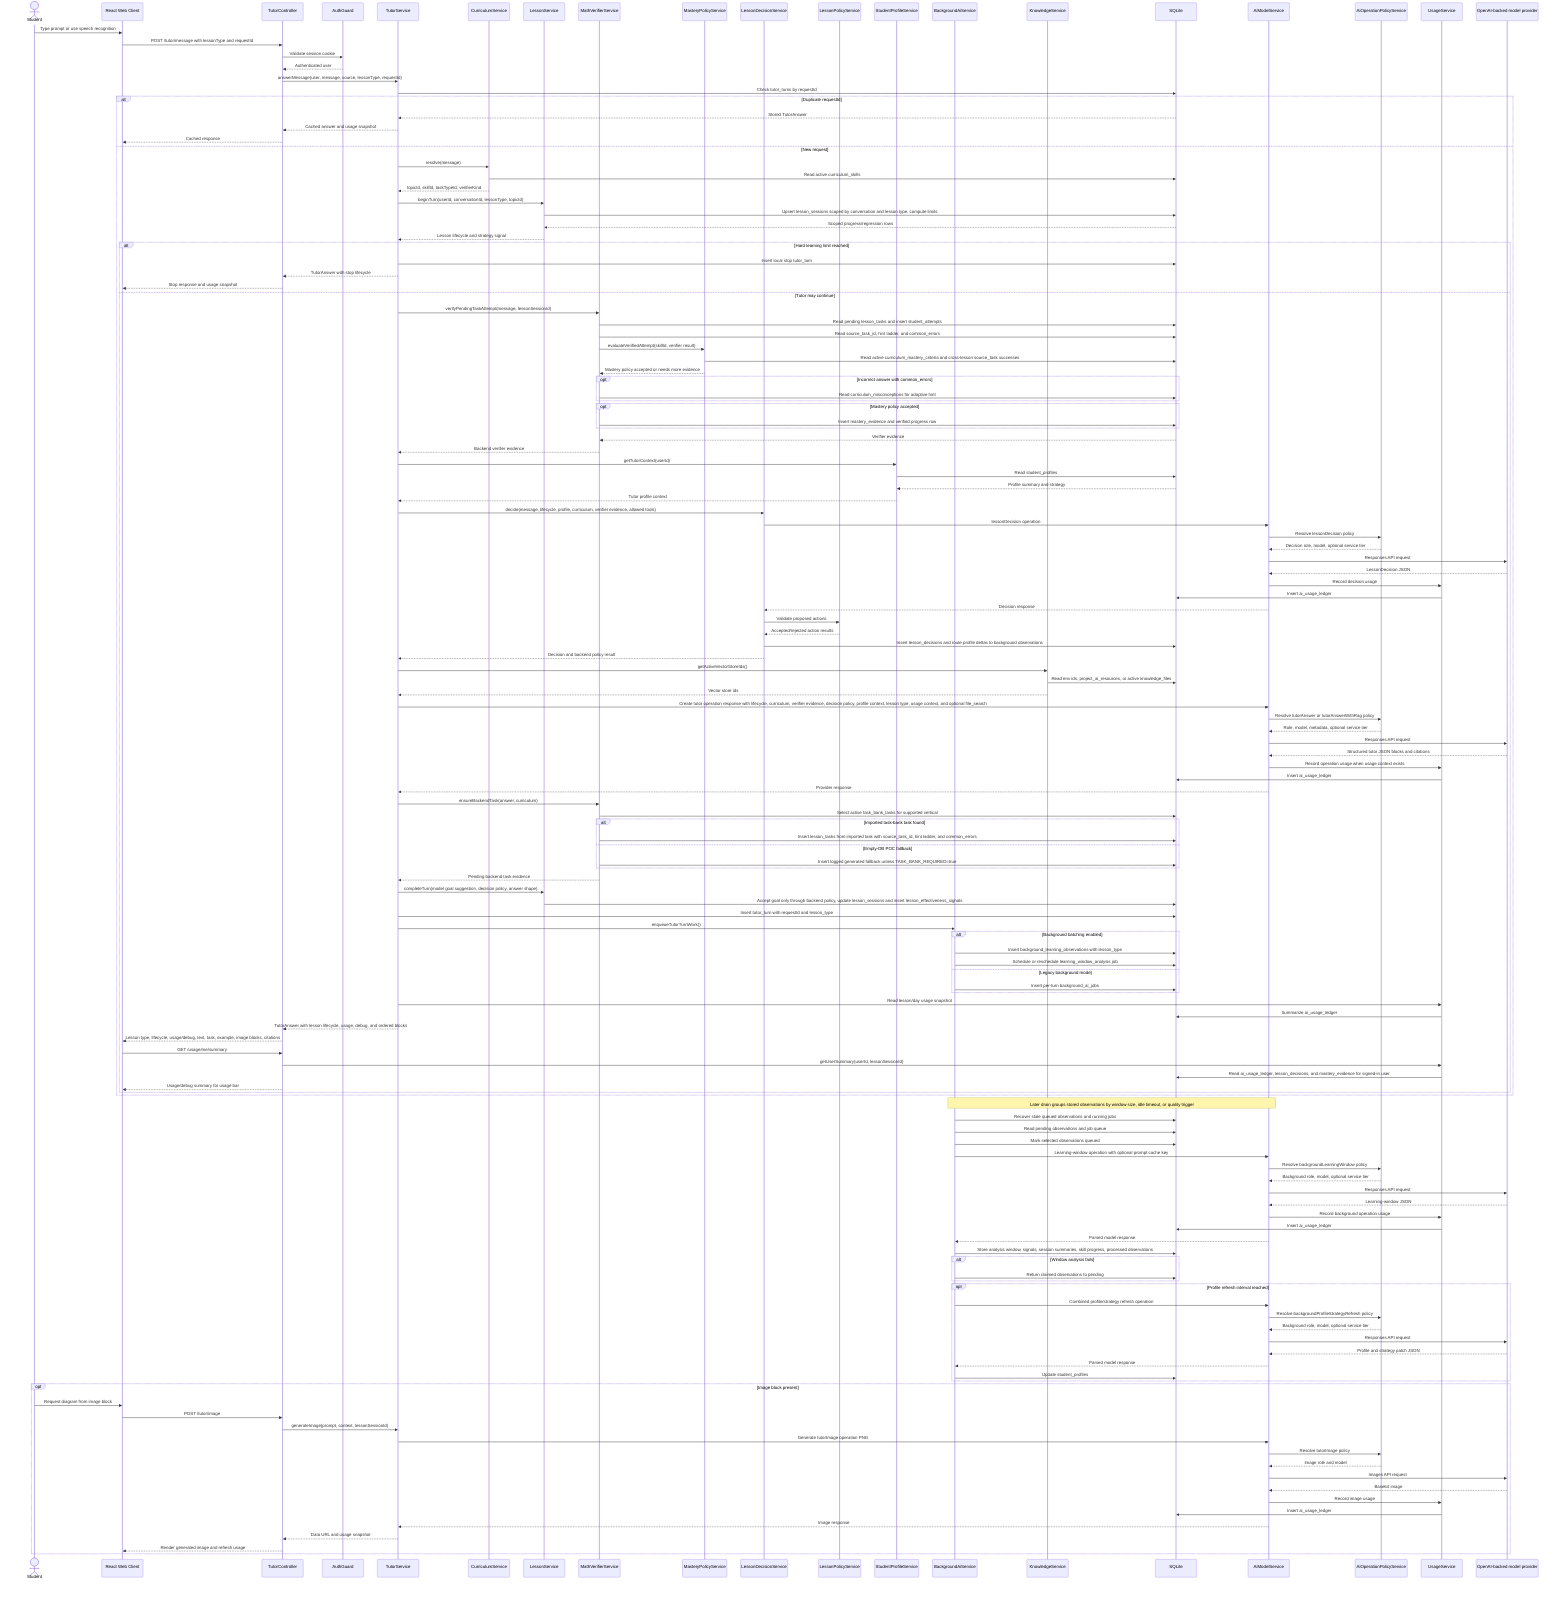
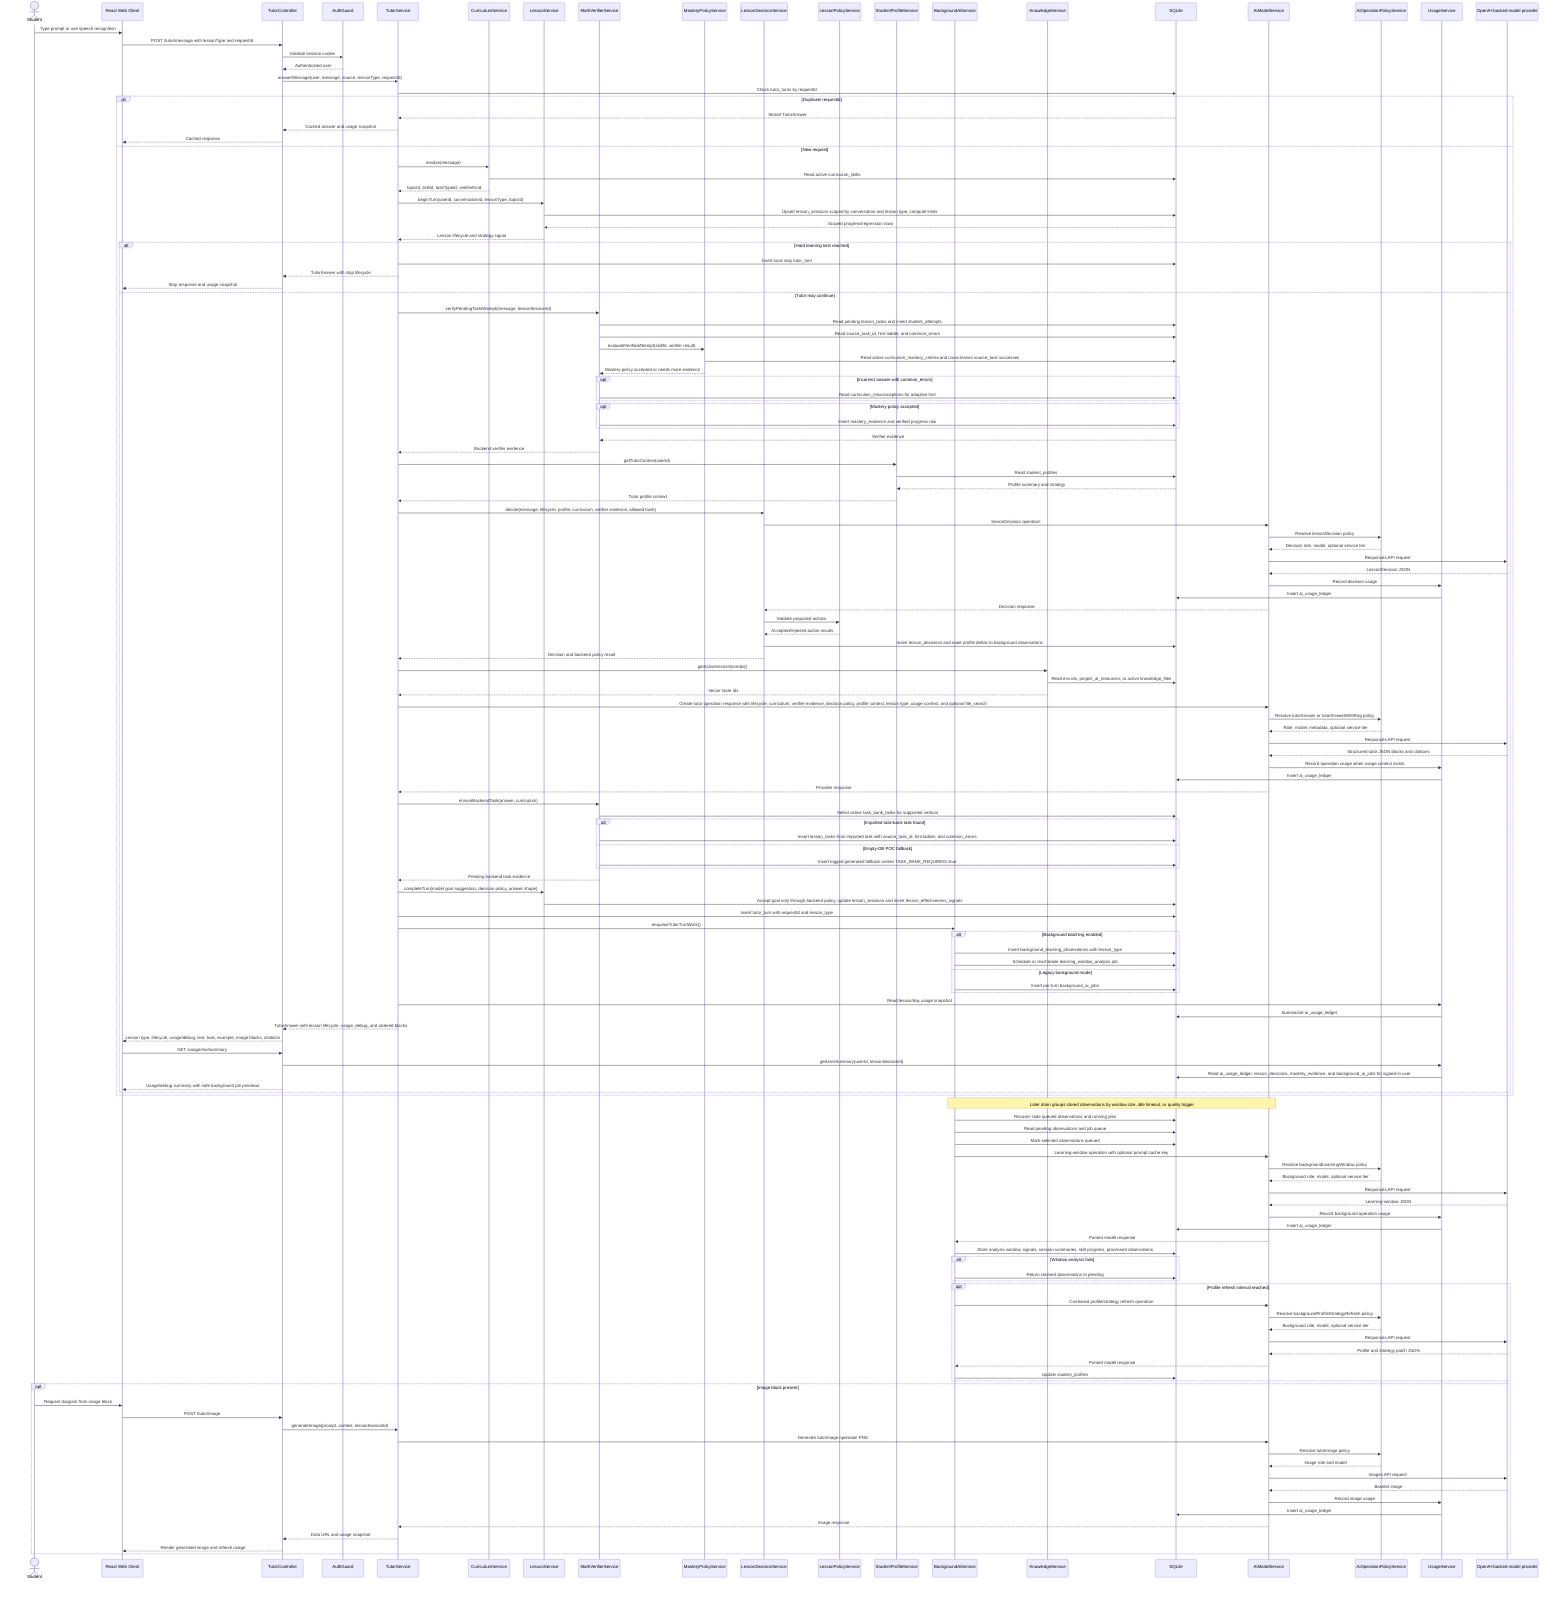
sequenceDiagram
  actor Student
  participant Web as React Web Client
  participant API as TutorController
  participant Auth as AuthGuard
  participant Tutor as TutorService
  participant Curriculum as CurriculumService
  participant Lesson as LessonService
  participant Verifier as MathVerifierService
  participant MasteryPolicy as MasteryPolicyService
  participant Decision as LessonDecisionService
  participant LessonPolicy as LessonPolicyService
  participant Profile as StudentProfileService
  participant Background as BackgroundAiService
  participant Knowledge as KnowledgeService
  participant DB as SQLite
  participant AIModel as AiModelService
  participant Policy as AiOperationPolicyService
  participant Usage as UsageService
  participant OpenAI as OpenAI-backed model provider

  Student->>Web: Type prompt or use speech recognition
  Web->>API: POST /tutor/message with lessonType and requestId
  API->>Auth: Validate session cookie
  Auth-->>API: Authenticated user
  API->>Tutor: answerMessage(user, message, source, lessonType, requestId)
  Tutor->>DB: Check tutor_turns by requestId
  alt Duplicate requestId
    DB-->>Tutor: Stored TutorAnswer
    Tutor-->>API: Cached answer and usage snapshot
    API-->>Web: Cached response
  else New request
  Tutor->>Curriculum: resolve(message)
  Curriculum->>DB: Read active curriculum_skills
  Curriculum-->>Tutor: topicId, skillId, taskTypeId, verifierKind
  Tutor->>Lesson: beginTurn(userId, conversationId, lessonType, topicId)
  Lesson->>DB: Upsert lesson_sessions scoped by conversation and lesson type, compute limits
  DB-->>Lesson: Scoped progress/regression rows
  Lesson-->>Tutor: Lesson lifecycle and strategy signal
  alt Hard learning limit reached
    Tutor->>DB: Insert local stop tutor_turn
    Tutor-->>API: TutorAnswer with stop lifecycle
    API-->>Web: Stop response and usage snapshot
  else Tutor may continue
  Tutor->>Verifier: verifyPendingTaskAttempt(message, lessonSessionId)
  Verifier->>DB: Read pending lesson_tasks and insert student_attempts
  Verifier->>DB: Read source_task_id, hint ladder, and common_errors
  Verifier->>MasteryPolicy: evaluateVerifiedAttempt(skillId, verifier result)
  MasteryPolicy->>DB: Read active curriculum_mastery_criteria and cross-lesson source_task successes
  MasteryPolicy-->>Verifier: Mastery policy accepted or needs more evidence
  opt Incorrect answer with common_errors
    Verifier->>DB: Read curriculum_misconceptions for adaptive hint
  end
  opt Mastery policy accepted
    Verifier->>DB: Insert mastery_evidence and verified progress row
  end
  DB-->>Verifier: Verifier evidence
  Verifier-->>Tutor: Backend verifier evidence
  Tutor->>Profile: getTutorContext(userId)
  Profile->>DB: Read student_profiles
  DB-->>Profile: Profile summary and strategy
  Profile-->>Tutor: Tutor profile context
  Tutor->>Decision: decide(message, lifecycle, profile, curriculum, verifier evidence, allowed tools)
  Decision->>AIModel: lessonDecision operation
  AIModel->>Policy: Resolve lessonDecision policy
  Policy-->>AIModel: Decision role, model, optional service tier
  AIModel->>OpenAI: Responses API request
  OpenAI-->>AIModel: LessonDecision JSON
  AIModel->>Usage: Record decision usage
  Usage->>DB: Insert ai_usage_ledger
  AIModel-->>Decision: Decision response
  Decision->>LessonPolicy: Validate proposed actions
  LessonPolicy-->>Decision: Accepted/rejected action results
  Decision->>DB: Insert lesson_decisions and route profile deltas to background observations
  Decision-->>Tutor: Decision and backend policy result
  Tutor->>Knowledge: getActiveVectorStoreIds()
  Knowledge->>DB: Read env ids, project_ai_resources, or active knowledge_files
  Knowledge-->>Tutor: Vector store ids
  Tutor->>AIModel: Create tutor operation response with lifecycle, curriculum, verifier evidence, decision policy, profile context, lesson type, usage context, and optional file_search
  AIModel->>Policy: Resolve tutorAnswer or tutorAnswerWithRag policy
  Policy-->>AIModel: Role, model, metadata, optional service tier
  AIModel->>OpenAI: Responses API request
  OpenAI-->>AIModel: Structured tutor JSON blocks and citations
  AIModel->>Usage: Record operation usage when usage context exists
  Usage->>DB: Insert ai_usage_ledger
  AIModel-->>Tutor: Provider response
  Tutor->>Verifier: ensureBackendTask(answer, curriculum)
  Verifier->>DB: Select active task_bank_tasks for supported vertical
  alt Imported task-bank task found
    Verifier->>DB: Insert lesson_tasks from imported task with source_task_id, hint ladder, and common_errors
  else Empty-DB POC fallback
    Verifier->>DB: Insert logged generated fallback unless TASK_BANK_REQUIRED=true
  end
  Verifier-->>Tutor: Pending backend task evidence
  Tutor->>Lesson: completeTurn(model goal suggestion, decision policy, answer shape)
  Lesson->>DB: Accept goal only through backend policy, update lesson_sessions and insert lesson_effectiveness_signals
  Tutor->>DB: Insert tutor_turn with requestId and lesson_type
  Tutor->>Background: enqueueTutorTurnWork()
  alt Background batching enabled
    Background->>DB: Insert background_learning_observations with lesson_type
    Background->>DB: Schedule or reschedule learning_window_analysis job
  else Legacy background mode
    Background->>DB: Insert per-turn background_ai_jobs
  end
  Tutor->>Usage: Read lesson/day usage snapshot
  Usage->>DB: Summarize ai_usage_ledger
  Tutor-->>API: TutorAnswer with lesson lifecycle, usage, debug, and ordered blocks
  API-->>Web: Lesson type, lifecycle, usage/debug, text, task, example, image blocks, citations
  Web->>API: GET /usage/me/summary
  API->>Usage: getUserSummary(userId, lessonSessionId)
-   Usage->>DB: Read ai_usage_ledger, lesson_decisions, and mastery_evidence for signed-in user
-   API-->>Web: Usage/debug summary for usage bar
+   Usage->>DB: Read ai_usage_ledger, lesson_decisions, mastery_evidence, and background_ai_jobs for signed-in user
+   API-->>Web: Usage/debug summary with safe background job previews
  end
  end
  Note over Background,AIModel: Later drain groups stored observations by window size, idle timeout, or quality trigger
  Background->>DB: Recover stale queued observations and running jobs
  Background->>DB: Read pending observations and job queue
  Background->>DB: Mark selected observations queued
  Background->>AIModel: Learning-window operation with optional prompt cache key
  AIModel->>Policy: Resolve backgroundLearningWindow policy
  Policy-->>AIModel: Background role, model, optional service tier
  AIModel->>OpenAI: Responses API request
  OpenAI-->>AIModel: Learning-window JSON
  AIModel->>Usage: Record background operation usage
  Usage->>DB: Insert ai_usage_ledger
  AIModel-->>Background: Parsed model response
  Background->>DB: Store analysis window, signals, session summaries, skill progress, processed observations
  alt Window analysis fails
    Background->>DB: Return claimed observations to pending
  end
  opt Profile refresh interval reached
    Background->>AIModel: Combined profile/strategy refresh operation
    AIModel->>Policy: Resolve backgroundProfileStrategyRefresh policy
    Policy-->>AIModel: Background role, model, optional service tier
    AIModel->>OpenAI: Responses API request
    OpenAI-->>AIModel: Profile and strategy patch JSON
    AIModel-->>Background: Parsed model response
    Background->>DB: Update student_profiles
  end
  opt Image block present
    Student->>Web: Request diagram from image block
    Web->>API: POST /tutor/image
    API->>Tutor: generateImage(prompt, context, lessonSessionId)
    Tutor->>AIModel: Generate tutorImage operation PNG
    AIModel->>Policy: Resolve tutorImage policy
    Policy-->>AIModel: Image role and model
    AIModel->>OpenAI: Images API request
    OpenAI-->>AIModel: Base64 image
    AIModel->>Usage: Record image usage
    Usage->>DB: Insert ai_usage_ledger
    AIModel-->>Tutor: Image response
    Tutor-->>API: Data URL and usage snapshot
    API-->>Web: Render generated image and refresh usage
  end
